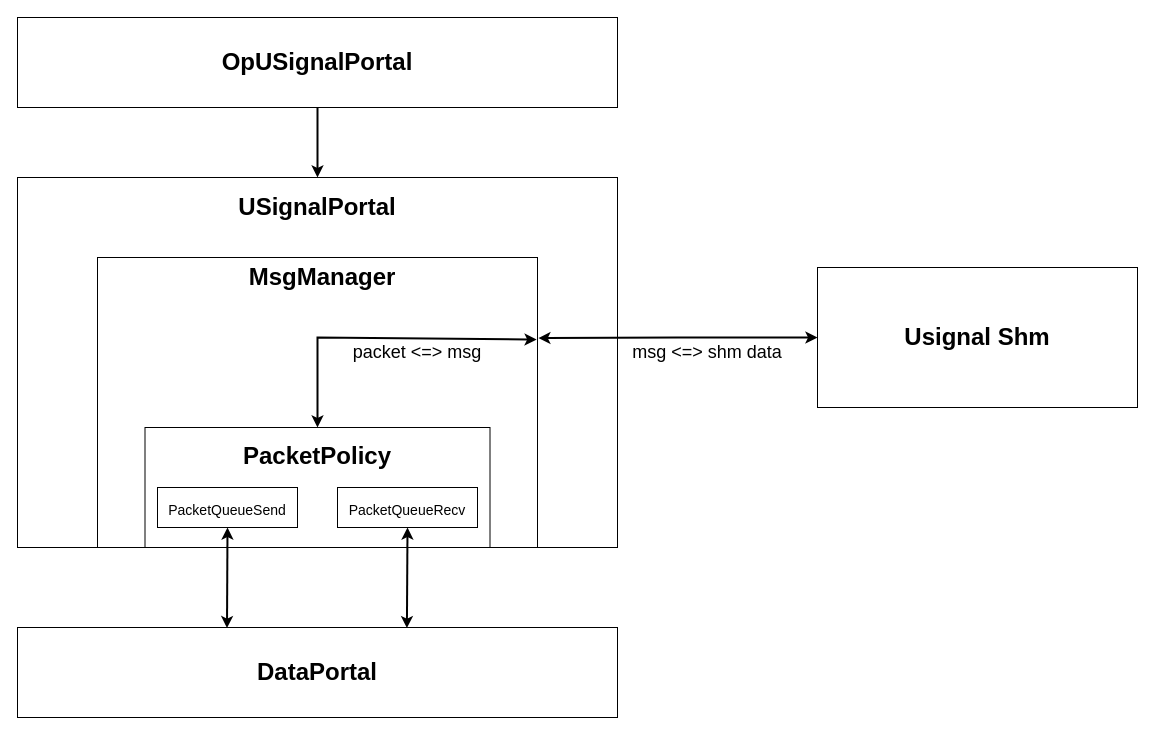
Above: usignal.drawio in rullox/homework (draw.io), before the change. Source tidied: cells renumbered, new cells numbered last; positions are measured from the earlier drawing's top-left corner, leaving out a move shared by most shapes. Both pictures are drawn from the tidied source at 100%, with x=0, y=0 at pixel (17, 17).
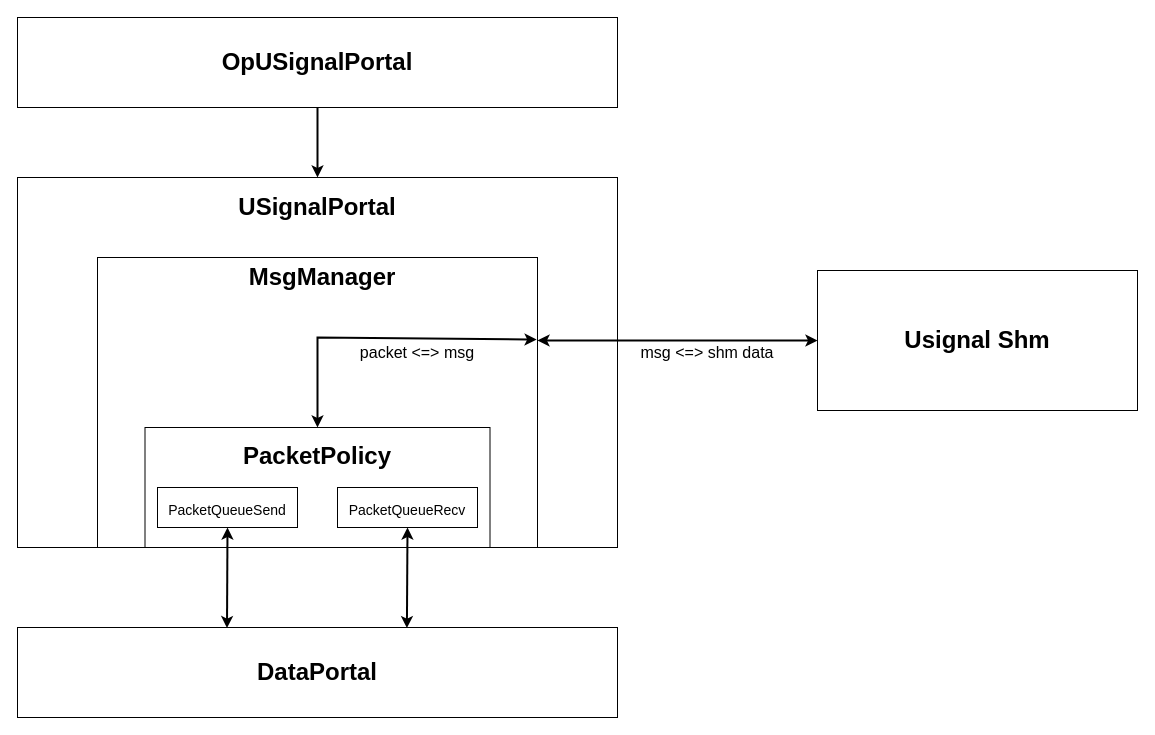
After the change.

The change refers to these unchanged cells:
```xml
<mxCell id="6" style="rounded=0;whiteSpace=wrap;html=1;fontSize=24;" parent="1" vertex="1">
  <mxGeometry x="80" y="240" width="440" height="290" as="geometry" />
</mxCell>
```

Diff of the diagram source:
```diff
@@
-    <mxCell id="15" style="edgeStyle=orthogonalEdgeStyle;rounded=0;jettySize=auto;html=1;exitX=0;exitY=0.5;exitDx=0;exitDy=0;fontFamily=Helvetica;fontSize=24;strokeWidth=2;entryX=1.002;entryY=0.278;entryDx=0;entryDy=0;entryPerimeter=0;startArrow=classic;startFill=1;" parent="1" edge="1" source="16" target="6">
-      <mxGeometry relative="1" as="geometry" />
+    <mxCell id="15" style="edgeStyle=orthogonalEdgeStyle;rounded=0;jettySize=auto;html=1;exitX=0;exitY=0.5;exitDx=0;exitDy=0;fontFamily=Helvetica;fontSize=24;strokeWidth=2;startArrow=classic;startFill=1;" parent="1" edge="1" source="16">
+      <mxGeometry relative="1" as="geometry">
+        <mxPoint x="520" y="323" as="targetPoint" />
+      </mxGeometry>
     </mxCell>
     <mxCell id="16" value="&lt;b&gt;Usignal Shm&lt;/b&gt;" style="rounded=0;whiteSpace=wrap;html=1;fontFamily=Helvetica;fontSize=24;" parent="1" vertex="1">
-      <mxGeometry x="800" y="250" width="320" height="140" as="geometry" />
+      <mxGeometry x="800" y="253" width="320" height="140" as="geometry" />
     </mxCell>
@@
-    <mxCell id="19" value="&lt;font style=&quot;font-size: 18px;&quot;&gt;msg &amp;lt;=&amp;gt; shm data&lt;/font&gt;" style="text;html=1;strokeColor=none;fillColor=none;align=center;verticalAlign=middle;whiteSpace=wrap;rounded=0;fontFamily=Helvetica;fontSize=1;" parent="1" vertex="1">
+    <mxCell id="19" value="&lt;font style=&quot;font-size: 16px;&quot;&gt;msg &amp;lt;=&amp;gt; shm data&lt;/font&gt;" style="text;html=1;strokeColor=none;fillColor=none;align=center;verticalAlign=middle;whiteSpace=wrap;rounded=0;fontFamily=Helvetica;fontSize=1;" parent="1" vertex="1">
       <mxGeometry x="600" y="320" width="180" height="30" as="geometry" />
     </mxCell>
-    <mxCell id="20" value="&lt;font style=&quot;font-size: 18px;&quot;&gt;packet &amp;lt;=&amp;gt; msg&lt;/font&gt;" style="text;html=1;strokeColor=none;fillColor=none;align=center;verticalAlign=middle;whiteSpace=wrap;rounded=0;fontFamily=Helvetica;fontSize=1;" parent="1" vertex="1">
+    <mxCell id="20" value="&lt;font style=&quot;font-size: 16px;&quot;&gt;packet &amp;lt;=&amp;gt; msg&lt;/font&gt;" style="text;html=1;strokeColor=none;fillColor=none;align=center;verticalAlign=middle;whiteSpace=wrap;rounded=0;fontFamily=Helvetica;fontSize=1;" parent="1" vertex="1">
       <mxGeometry x="310" y="320" width="180" height="30" as="geometry" />
     </mxCell>
```
